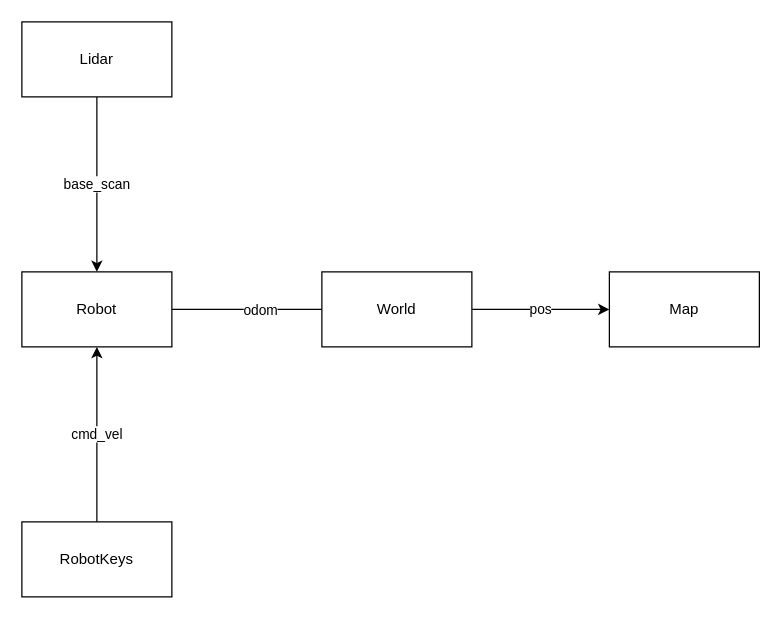
This is page "prj-structure" (1 of 2) of planning/test.drawio from airoprojects/robot-programming-nc, a draw.io file, before an edit. Source tidied: cells renumbered, new cells numbered last; positions are measured from the earlier drawing's top-left corner, leaving out a move shared by most shapes. Both pictures are drawn from the tidied source at 125%, with x=0, y=0 at pixel (21, 21).
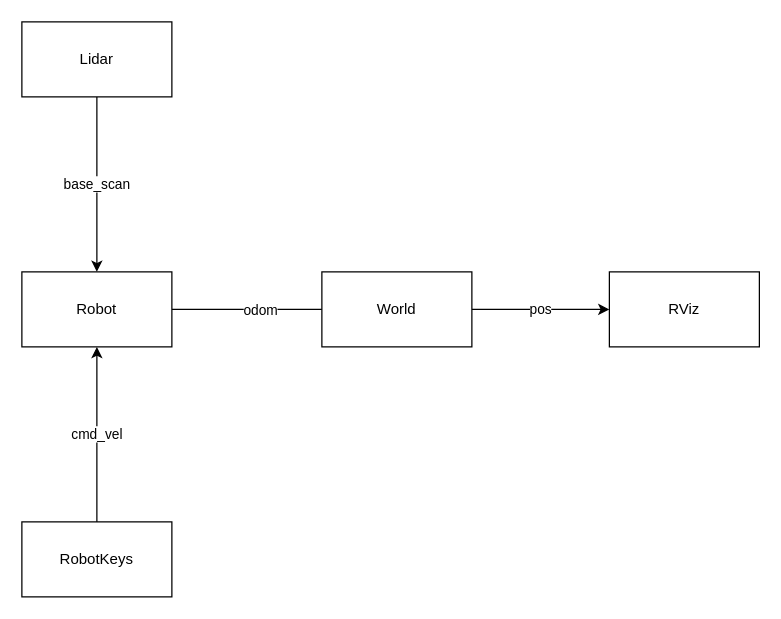
After the change.

The edit, as a diff of the source:
```diff
@@
 <mxGraphModel>
   <root>
     <mxCell id="0" />
     <mxCell id="1" parent="0" />
     <mxCell id="2" style="edgeStyle=none;html=1;exitX=1;exitY=0.5;exitDx=0;exitDy=0;" parent="1" edge="1" source="4">
       <mxGeometry relative="1" as="geometry">
         <mxPoint x="280" y="230" as="targetPoint" />
         <Array as="points">
           <mxPoint x="180" y="230" />
         </Array>
       </mxGeometry>
     </mxCell>
     <mxCell id="3" value="odom" style="edgeLabel;html=1;align=center;verticalAlign=middle;" parent="2" vertex="1">
       <mxGeometry x="0.23" y="1" relative="1" as="geometry">
         <mxPoint x="-28" y="1" as="offset" />
       </mxGeometry>
     </mxCell>
     <mxCell id="4" value="Robot" style="rounded=0;whiteSpace=wrap;html=1;" parent="1" vertex="1">
       <mxGeometry y="200" width="120" height="60" as="geometry" />
     </mxCell>
     <mxCell id="5" value="pos" style="edgeStyle=none;html=1;exitX=1;exitY=0.5;exitDx=0;exitDy=0;entryX=0;entryY=0.5;entryDx=0;entryDy=0;" parent="1" edge="1" source="6" target="11">
       <mxGeometry relative="1" as="geometry" />
     </mxCell>
     <mxCell id="6" value="World" style="rounded=0;whiteSpace=wrap;html=1;" parent="1" vertex="1">
       <mxGeometry x="240" y="200" width="120" height="60" as="geometry" />
     </mxCell>
     <mxCell id="7" value="base_scan" style="edgeStyle=none;html=1;entryX=0.5;entryY=0;entryDx=0;entryDy=0;" parent="1" edge="1" source="8" target="4">
       <mxGeometry relative="1" as="geometry" />
     </mxCell>
     <mxCell id="8" value="Lidar" style="rounded=0;whiteSpace=wrap;html=1;" parent="1" vertex="1">
       <mxGeometry width="120" height="60" as="geometry" />
     </mxCell>
     <mxCell id="9" value="cmd_vel" style="edgeStyle=none;html=1;entryX=0.5;entryY=1;entryDx=0;entryDy=0;" parent="1" edge="1" source="10" target="4">
       <mxGeometry relative="1" as="geometry" />
     </mxCell>
     <mxCell id="10" value="RobotKeys" style="rounded=0;whiteSpace=wrap;html=1;" parent="1" vertex="1">
       <mxGeometry y="400" width="120" height="60" as="geometry" />
     </mxCell>
-    <mxCell id="11" value="Map" style="rounded=0;whiteSpace=wrap;html=1;" parent="1" vertex="1">
+    <mxCell id="11" value="RViz" style="rounded=0;whiteSpace=wrap;html=1;" parent="1" vertex="1">
       <mxGeometry x="470" y="200" width="120" height="60" as="geometry" />
     </mxCell>
   </root>
 </mxGraphModel>
```
